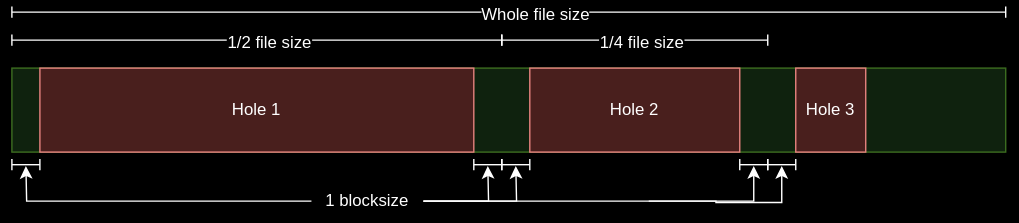
janjurca/Filestorm keeps this draw.io diagram as documentation/imgs/filestorm.file_punch.svg. Above is the earlier version. Source tidied: cells renumbered, new cells last; positions are measured from the earlier drawing's top-left corner, leaving out a move shared by most shapes. The source it was exported from:
```xml
<mxGraphModel>
  <root>
    <mxCell id="0" />
    <mxCell id="1" parent="0" />
    <mxCell id="2" style="rounded=0;whiteSpace=wrap;html=1;fillColor=#d5e8d4;strokeColor=#82b366;" parent="1" vertex="1">
      <mxGeometry y="40" width="710" height="60" as="geometry" />
    </mxCell>
    <mxCell id="3" value="Hole 1" style="rounded=0;whiteSpace=wrap;html=1;fillColor=#f8cecc;strokeColor=#b85450;" parent="1" vertex="1">
      <mxGeometry x="20" y="40" width="310" height="60" as="geometry" />
    </mxCell>
    <mxCell id="4" value="Hole 2" style="rounded=0;whiteSpace=wrap;html=1;fillColor=#f8cecc;strokeColor=#b85450;" parent="1" vertex="1">
      <mxGeometry x="370" y="40" width="150" height="60" as="geometry" />
    </mxCell>
    <mxCell id="5" value="Hole 3" style="rounded=0;whiteSpace=wrap;html=1;fillColor=#f8cecc;strokeColor=#b85450;" parent="1" vertex="1">
      <mxGeometry x="560" y="40" width="50" height="60" as="geometry" />
    </mxCell>
    <mxCell id="6" style="endArrow=baseDash;html=1;rounded=0;startArrow=baseDash;startFill=0;endFill=0;" parent="1" edge="1">
      <mxGeometry relative="1" as="geometry">
        <mxPoint y="20" as="sourcePoint" />
        <mxPoint x="350" y="20" as="targetPoint" />
      </mxGeometry>
    </mxCell>
    <mxCell id="7" value="&lt;font style=&quot;font-size: 12px;&quot;&gt;1/2 file size&lt;/font&gt;" style="edgeLabel;html=1;align=center;verticalAlign=middle;" parent="6" vertex="1">
      <mxGeometry x="0.05" y="-2" relative="1" as="geometry" />
    </mxCell>
    <mxCell id="8" style="endArrow=baseDash;html=1;rounded=0;startArrow=baseDash;startFill=0;endFill=0;" parent="1" edge="1">
      <mxGeometry relative="1" as="geometry">
        <mxPoint x="350" y="20" as="sourcePoint" />
        <mxPoint x="540" y="20" as="targetPoint" />
      </mxGeometry>
    </mxCell>
    <mxCell id="9" value="&lt;font style=&quot;font-size: 12px;&quot;&gt;1/4 file size&lt;/font&gt;" style="edgeLabel;html=1;align=center;verticalAlign=middle;" parent="8" vertex="1">
      <mxGeometry x="0.05" y="-2" relative="1" as="geometry" />
    </mxCell>
    <mxCell id="10" style="endArrow=baseDash;html=1;rounded=0;startArrow=baseDash;startFill=0;endFill=0;" parent="1" edge="1">
      <mxGeometry relative="1" as="geometry">
        <mxPoint as="sourcePoint" />
        <mxPoint x="710" as="targetPoint" />
      </mxGeometry>
    </mxCell>
    <mxCell id="11" value="&lt;font style=&quot;font-size: 12px;&quot;&gt;Whole file size&lt;/font&gt;" style="edgeLabel;html=1;align=center;verticalAlign=middle;" parent="10" vertex="1">
      <mxGeometry x="0.05" y="-2" relative="1" as="geometry" />
    </mxCell>
    <mxCell id="12" style="endArrow=baseDash;html=1;rounded=0;startArrow=baseDash;startFill=0;endFill=0;" parent="1" edge="1">
      <mxGeometry relative="1" as="geometry">
        <mxPoint y="109" as="sourcePoint" />
        <mxPoint x="20" y="109" as="targetPoint" />
      </mxGeometry>
    </mxCell>
    <mxCell id="13" style="endArrow=baseDash;html=1;rounded=0;startArrow=baseDash;startFill=0;endFill=0;" parent="1" edge="1">
      <mxGeometry relative="1" as="geometry">
        <mxPoint x="330" y="109" as="sourcePoint" />
        <mxPoint x="350" y="109" as="targetPoint" />
      </mxGeometry>
    </mxCell>
    <mxCell id="14" style="endArrow=baseDash;html=1;rounded=0;startArrow=baseDash;startFill=0;endFill=0;" parent="1" edge="1">
      <mxGeometry relative="1" as="geometry">
        <mxPoint x="350" y="109" as="sourcePoint" />
        <mxPoint x="370" y="109" as="targetPoint" />
      </mxGeometry>
    </mxCell>
    <mxCell id="15" style="endArrow=baseDash;html=1;rounded=0;startArrow=baseDash;startFill=0;endFill=0;" parent="1" edge="1">
      <mxGeometry relative="1" as="geometry">
        <mxPoint x="520" y="109" as="sourcePoint" />
        <mxPoint x="540" y="109" as="targetPoint" />
      </mxGeometry>
    </mxCell>
    <mxCell id="16" style="endArrow=baseDash;html=1;rounded=0;startArrow=baseDash;startFill=0;endFill=0;" parent="1" edge="1">
      <mxGeometry relative="1" as="geometry">
        <mxPoint x="540" y="109" as="sourcePoint" />
        <mxPoint x="560" y="109" as="targetPoint" />
      </mxGeometry>
    </mxCell>
    <mxCell id="17" style="edgeStyle=orthogonalEdgeStyle;rounded=0;jettySize=auto;html=1;" parent="1" edge="1" source="22">
      <mxGeometry relative="1" as="geometry">
        <mxPoint x="530" y="110" as="targetPoint" />
        <Array as="points">
          <mxPoint x="530" y="135" />
        </Array>
      </mxGeometry>
    </mxCell>
    <mxCell id="18" style="edgeStyle=orthogonalEdgeStyle;rounded=0;orthogonalLoop=1;jettySize=auto;html=1;" parent="1" edge="1">
      <mxGeometry relative="1" as="geometry">
        <mxPoint x="455" y="135" as="sourcePoint" />
        <mxPoint x="550" y="110" as="targetPoint" />
        <Array as="points">
          <mxPoint x="503" y="136" />
          <mxPoint x="550" y="136" />
        </Array>
      </mxGeometry>
    </mxCell>
    <mxCell id="19" style="edgeStyle=orthogonalEdgeStyle;rounded=0;jettySize=auto;html=1;" parent="1" edge="1" source="22">
      <mxGeometry relative="1" as="geometry">
        <mxPoint x="10" y="110" as="targetPoint" />
      </mxGeometry>
    </mxCell>
    <mxCell id="20" style="edgeStyle=orthogonalEdgeStyle;rounded=0;jettySize=auto;html=1;" parent="1" edge="1" source="22">
      <mxGeometry relative="1" as="geometry">
        <mxPoint x="340" y="110" as="targetPoint" />
      </mxGeometry>
    </mxCell>
    <mxCell id="21" style="edgeStyle=orthogonalEdgeStyle;rounded=0;jettySize=auto;html=1;" parent="1" edge="1" source="22">
      <mxGeometry relative="1" as="geometry">
        <mxPoint x="360" y="110" as="targetPoint" />
      </mxGeometry>
    </mxCell>
    <mxCell id="22" value="1 blocksize" style="text;html=1;align=center;verticalAlign=middle;whiteSpace=wrap;rounded=0;" parent="1" vertex="1">
      <mxGeometry x="214" y="120" width="80" height="30" as="geometry" />
    </mxCell>
  </root>
</mxGraphModel>
```
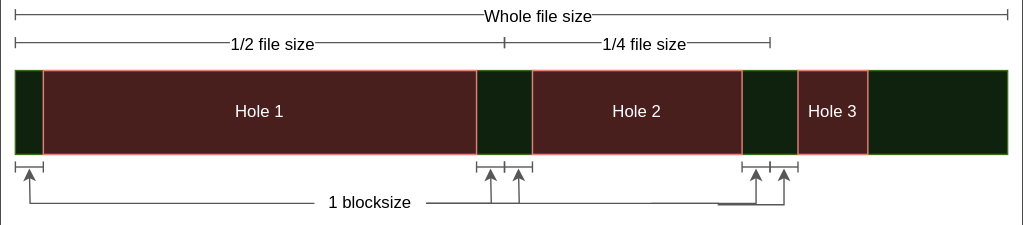
After the commit.

Change to the diagram source:
```diff
@@ -2,110 +2,113 @@
   <root>
     <mxCell id="0" />
     <mxCell id="1" parent="0" />
-    <mxCell id="2" style="rounded=0;whiteSpace=wrap;html=1;fillColor=#d5e8d4;strokeColor=#82b366;" parent="1" vertex="1">
-      <mxGeometry y="40" width="710" height="60" as="geometry" />
+    <mxCell id="2" style="rounded=0;whiteSpace=wrap;html=1;fillColor=#000000;" parent="1" vertex="1">
+      <mxGeometry x="-10" y="-10" width="730" height="160" as="geometry" />
     </mxCell>
-    <mxCell id="3" value="Hole 1" style="rounded=0;whiteSpace=wrap;html=1;fillColor=#f8cecc;strokeColor=#b85450;" parent="1" vertex="1">
-      <mxGeometry x="20" y="40" width="310" height="60" as="geometry" />
+    <mxCell id="3" style="rounded=0;whiteSpace=wrap;html=1;fillColor=#d5e8d4;strokeColor=#82b366;" parent="1" vertex="1">
+      <mxGeometry y="40" width="710" height="60" as="geometry" />
     </mxCell>
-    <mxCell id="4" value="Hole 2" style="rounded=0;whiteSpace=wrap;html=1;fillColor=#f8cecc;strokeColor=#b85450;" parent="1" vertex="1">
-      <mxGeometry x="370" y="40" width="150" height="60" as="geometry" />
+    <mxCell id="4" value="Hole 1" style="rounded=0;whiteSpace=wrap;html=1;fillColor=#f8cecc;strokeColor=#b85450;" parent="1" vertex="1">
+      <mxGeometry x="20" y="40" width="310" height="60" as="geometry" />
     </mxCell>
-    <mxCell id="5" value="Hole 3" style="rounded=0;whiteSpace=wrap;html=1;fillColor=#f8cecc;strokeColor=#b85450;" parent="1" vertex="1">
-      <mxGeometry x="560" y="40" width="50" height="60" as="geometry" />
+    <mxCell id="5" value="Hole 2" style="rounded=0;whiteSpace=wrap;html=1;fillColor=#f8cecc;strokeColor=#b85450;" parent="1" vertex="1">
+      <mxGeometry x="370" y="40" width="150" height="60" as="geometry" />
     </mxCell>
-    <mxCell id="6" style="endArrow=baseDash;html=1;rounded=0;startArrow=baseDash;startFill=0;endFill=0;" parent="1" edge="1">
-      <mxGeometry relative="1" as="geometry">
-        <mxPoint y="20" as="sourcePoint" />
-        <mxPoint x="350" y="20" as="targetPoint" />
-      </mxGeometry>
+    <mxCell id="6" value="Hole 3" style="rounded=0;whiteSpace=wrap;html=1;fillColor=#f8cecc;strokeColor=#b85450;" parent="1" vertex="1">
+      <mxGeometry x="560" y="40" width="50" height="60" as="geometry" />
     </mxCell>
-    <mxCell id="7" value="&lt;font style=&quot;font-size: 12px;&quot;&gt;1/2 file size&lt;/font&gt;" style="edgeLabel;html=1;align=center;verticalAlign=middle;" parent="6" vertex="1">
-      <mxGeometry x="0.05" y="-2" relative="1" as="geometry" />
+    <mxCell id="7" style="endArrow=baseDash;html=1;rounded=0;startArrow=baseDash;startFill=0;endFill=0;strokeColor=#A8A8A8;" parent="1" edge="1">
+      <mxGeometry relative="1" as="geometry">
+        <mxPoint y="20" as="sourcePoint" />
+        <mxPoint x="350" y="20" as="targetPoint" />
+      </mxGeometry>
     </mxCell>
-    <mxCell id="8" style="endArrow=baseDash;html=1;rounded=0;startArrow=baseDash;startFill=0;endFill=0;" parent="1" edge="1">
-      <mxGeometry relative="1" as="geometry">
-        <mxPoint x="350" y="20" as="sourcePoint" />
-        <mxPoint x="540" y="20" as="targetPoint" />
-      </mxGeometry>
+    <mxCell id="8" value="&lt;font style=&quot;font-size: 12px;&quot;&gt;1/2 file size&lt;/font&gt;" style="edgeLabel;html=1;align=center;verticalAlign=middle;fontColor=#FFFFFF;labelBackgroundColor=#000000;" parent="7" vertex="1">
+      <mxGeometry x="0.05" y="-2" relative="1" as="geometry" />
     </mxCell>
-    <mxCell id="9" value="&lt;font style=&quot;font-size: 12px;&quot;&gt;1/4 file size&lt;/font&gt;" style="edgeLabel;html=1;align=center;verticalAlign=middle;" parent="8" vertex="1">
-      <mxGeometry x="0.05" y="-2" relative="1" as="geometry" />
+    <mxCell id="9" style="endArrow=baseDash;html=1;rounded=0;startArrow=baseDash;startFill=0;endFill=0;strokeColor=#A8A8A8;" parent="1" edge="1">
+      <mxGeometry relative="1" as="geometry">
+        <mxPoint x="350" y="20" as="sourcePoint" />
+        <mxPoint x="540" y="20" as="targetPoint" />
+      </mxGeometry>
     </mxCell>
-    <mxCell id="10" style="endArrow=baseDash;html=1;rounded=0;startArrow=baseDash;startFill=0;endFill=0;" parent="1" edge="1">
-      <mxGeometry relative="1" as="geometry">
-        <mxPoint as="sourcePoint" />
-        <mxPoint x="710" as="targetPoint" />
-      </mxGeometry>
+    <mxCell id="10" value="&lt;font style=&quot;font-size: 12px;&quot;&gt;1/4 file size&lt;/font&gt;" style="edgeLabel;html=1;align=center;verticalAlign=middle;fontColor=#FFFFFF;labelBackgroundColor=#000000;" parent="9" vertex="1">
+      <mxGeometry x="0.05" y="-2" relative="1" as="geometry" />
     </mxCell>
-    <mxCell id="11" value="&lt;font style=&quot;font-size: 12px;&quot;&gt;Whole file size&lt;/font&gt;" style="edgeLabel;html=1;align=center;verticalAlign=middle;" parent="10" vertex="1">
-      <mxGeometry x="0.05" y="-2" relative="1" as="geometry" />
+    <mxCell id="11" style="endArrow=baseDash;html=1;rounded=0;startArrow=baseDash;startFill=0;endFill=0;strokeColor=#A8A8A8;" parent="1" edge="1">
+      <mxGeometry relative="1" as="geometry">
+        <mxPoint as="sourcePoint" />
+        <mxPoint x="710" as="targetPoint" />
+      </mxGeometry>
     </mxCell>
-    <mxCell id="12" style="endArrow=baseDash;html=1;rounded=0;startArrow=baseDash;startFill=0;endFill=0;" parent="1" edge="1">
-      <mxGeometry relative="1" as="geometry">
-        <mxPoint y="109" as="sourcePoint" />
-        <mxPoint x="20" y="109" as="targetPoint" />
-      </mxGeometry>
+    <mxCell id="12" value="&lt;font style=&quot;font-size: 12px;&quot;&gt;Whole file size&lt;/font&gt;" style="edgeLabel;html=1;align=center;verticalAlign=middle;fontColor=#FFFFFF;labelBackgroundColor=#000000;" parent="11" vertex="1">
+      <mxGeometry x="0.05" y="-2" relative="1" as="geometry" />
     </mxCell>
-    <mxCell id="13" style="endArrow=baseDash;html=1;rounded=0;startArrow=baseDash;startFill=0;endFill=0;" parent="1" edge="1">
+    <mxCell id="13" style="endArrow=baseDash;html=1;rounded=0;startArrow=baseDash;startFill=0;endFill=0;strokeColor=#A8A8A8;" parent="1" edge="1">
       <mxGeometry relative="1" as="geometry">
-        <mxPoint x="330" y="109" as="sourcePoint" />
-        <mxPoint x="350" y="109" as="targetPoint" />
+        <mxPoint y="109" as="sourcePoint" />
+        <mxPoint x="20" y="109" as="targetPoint" />
       </mxGeometry>
     </mxCell>
-    <mxCell id="14" style="endArrow=baseDash;html=1;rounded=0;startArrow=baseDash;startFill=0;endFill=0;" parent="1" edge="1">
+    <mxCell id="14" style="endArrow=baseDash;html=1;rounded=0;startArrow=baseDash;startFill=0;endFill=0;strokeColor=#A8A8A8;" parent="1" edge="1">
       <mxGeometry relative="1" as="geometry">
-        <mxPoint x="350" y="109" as="sourcePoint" />
-        <mxPoint x="370" y="109" as="targetPoint" />
+        <mxPoint x="330" y="109" as="sourcePoint" />
+        <mxPoint x="350" y="109" as="targetPoint" />
       </mxGeometry>
     </mxCell>
-    <mxCell id="15" style="endArrow=baseDash;html=1;rounded=0;startArrow=baseDash;startFill=0;endFill=0;" parent="1" edge="1">
+    <mxCell id="15" style="endArrow=baseDash;html=1;rounded=0;startArrow=baseDash;startFill=0;endFill=0;strokeColor=#A8A8A8;" parent="1" edge="1">
       <mxGeometry relative="1" as="geometry">
-        <mxPoint x="520" y="109" as="sourcePoint" />
-        <mxPoint x="540" y="109" as="targetPoint" />
+        <mxPoint x="350" y="109" as="sourcePoint" />
+        <mxPoint x="370" y="109" as="targetPoint" />
       </mxGeometry>
     </mxCell>
-    <mxCell id="16" style="endArrow=baseDash;html=1;rounded=0;startArrow=baseDash;startFill=0;endFill=0;" parent="1" edge="1">
+    <mxCell id="16" style="endArrow=baseDash;html=1;rounded=0;startArrow=baseDash;startFill=0;endFill=0;strokeColor=#A8A8A8;" parent="1" edge="1">
       <mxGeometry relative="1" as="geometry">
-        <mxPoint x="540" y="109" as="sourcePoint" />
-        <mxPoint x="560" y="109" as="targetPoint" />
+        <mxPoint x="520" y="109" as="sourcePoint" />
+        <mxPoint x="540" y="109" as="targetPoint" />
       </mxGeometry>
     </mxCell>
-    <mxCell id="17" style="edgeStyle=orthogonalEdgeStyle;rounded=0;jettySize=auto;html=1;" parent="1" edge="1" source="22">
+    <mxCell id="17" style="endArrow=baseDash;html=1;rounded=0;startArrow=baseDash;startFill=0;endFill=0;strokeColor=#A8A8A8;" parent="1" edge="1">
       <mxGeometry relative="1" as="geometry">
-        <mxPoint x="530" y="110" as="targetPoint" />
-        <Array as="points">
-          <mxPoint x="530" y="135" />
-        </Array>
+        <mxPoint x="540" y="109" as="sourcePoint" />
+        <mxPoint x="560" y="109" as="targetPoint" />
       </mxGeometry>
     </mxCell>
-    <mxCell id="18" style="edgeStyle=orthogonalEdgeStyle;rounded=0;orthogonalLoop=1;jettySize=auto;html=1;" parent="1" edge="1">
+    <mxCell id="18" style="edgeStyle=orthogonalEdgeStyle;rounded=0;jettySize=auto;html=1;strokeColor=#A8A8A8;" parent="1" edge="1" source="23">
       <mxGeometry relative="1" as="geometry">
-        <mxPoint x="455" y="135" as="sourcePoint" />
-        <mxPoint x="550" y="110" as="targetPoint" />
+        <mxPoint x="530" y="110" as="targetPoint" />
         <Array as="points">
-          <mxPoint x="503" y="136" />
-          <mxPoint x="550" y="136" />
+          <mxPoint x="530" y="135" />
         </Array>
       </mxGeometry>
     </mxCell>
-    <mxCell id="19" style="edgeStyle=orthogonalEdgeStyle;rounded=0;jettySize=auto;html=1;" parent="1" edge="1" source="22">
+    <mxCell id="19" style="edgeStyle=orthogonalEdgeStyle;rounded=0;orthogonalLoop=1;jettySize=auto;html=1;strokeColor=#A8A8A8;" parent="1" edge="1">
       <mxGeometry relative="1" as="geometry">
-        <mxPoint x="10" y="110" as="targetPoint" />
+        <mxPoint x="455" y="135" as="sourcePoint" />
+        <mxPoint x="550" y="110" as="targetPoint" />
+        <Array as="points">
+          <mxPoint x="503" y="136" />
+          <mxPoint x="550" y="136" />
+        </Array>
       </mxGeometry>
     </mxCell>
-    <mxCell id="20" style="edgeStyle=orthogonalEdgeStyle;rounded=0;jettySize=auto;html=1;" parent="1" edge="1" source="22">
+    <mxCell id="20" style="edgeStyle=orthogonalEdgeStyle;rounded=0;jettySize=auto;html=1;strokeColor=#A8A8A8;" parent="1" edge="1" source="23">
       <mxGeometry relative="1" as="geometry">
-        <mxPoint x="340" y="110" as="targetPoint" />
+        <mxPoint x="10" y="110" as="targetPoint" />
       </mxGeometry>
     </mxCell>
-    <mxCell id="21" style="edgeStyle=orthogonalEdgeStyle;rounded=0;jettySize=auto;html=1;" parent="1" edge="1" source="22">
+    <mxCell id="21" style="edgeStyle=orthogonalEdgeStyle;rounded=0;jettySize=auto;html=1;strokeColor=#A8A8A8;" parent="1" edge="1" source="23">
       <mxGeometry relative="1" as="geometry">
-        <mxPoint x="360" y="110" as="targetPoint" />
+        <mxPoint x="340" y="110" as="targetPoint" />
       </mxGeometry>
     </mxCell>
-    <mxCell id="22" value="1 blocksize" style="text;html=1;align=center;verticalAlign=middle;whiteSpace=wrap;rounded=0;" parent="1" vertex="1">
-      <mxGeometry x="214" y="120" width="80" height="30" as="geometry" />
+    <mxCell id="22" style="edgeStyle=orthogonalEdgeStyle;rounded=0;jettySize=auto;html=1;strokeColor=#A8A8A8;" parent="1" edge="1" source="23">
+      <mxGeometry relative="1" as="geometry">
+        <mxPoint x="360" y="110" as="targetPoint" />
+      </mxGeometry>
     </mxCell>
+    <mxCell id="23" value="1 blocksize" style="text;html=1;align=center;verticalAlign=middle;whiteSpace=wrap;rounded=0;fontColor=#FFFFFF;labelBackgroundColor=#000000;" parent="1" vertex="1">
+      <mxGeometry x="214" y="120" width="80" height="30" as="geometry" />
+    </mxCell>
   </root>
 </mxGraphModel>
```
